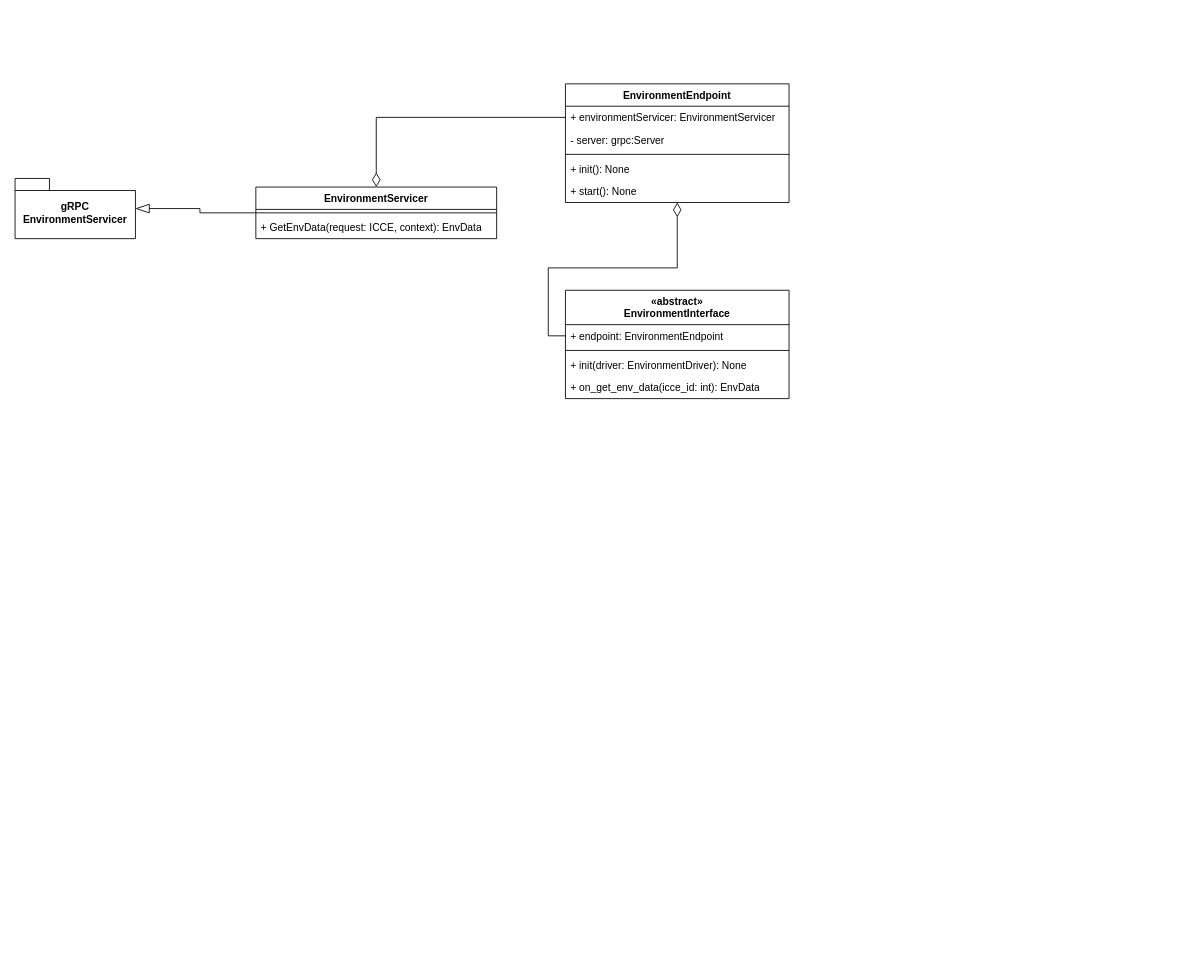
The draw.io diagram page "ICCE Class Diagram" (4 of 4) of documentation/icce_architecture.drawio in Bobblite/ICCE, before the edit. Source tidied: cells renumbered, new cells numbered last; positions are measured from the earlier drawing's top-left corner, leaving out a move shared by most shapes. Both pictures are drawn from the tidied source at 86%, with x=0, y=0 at pixel (15, 83).
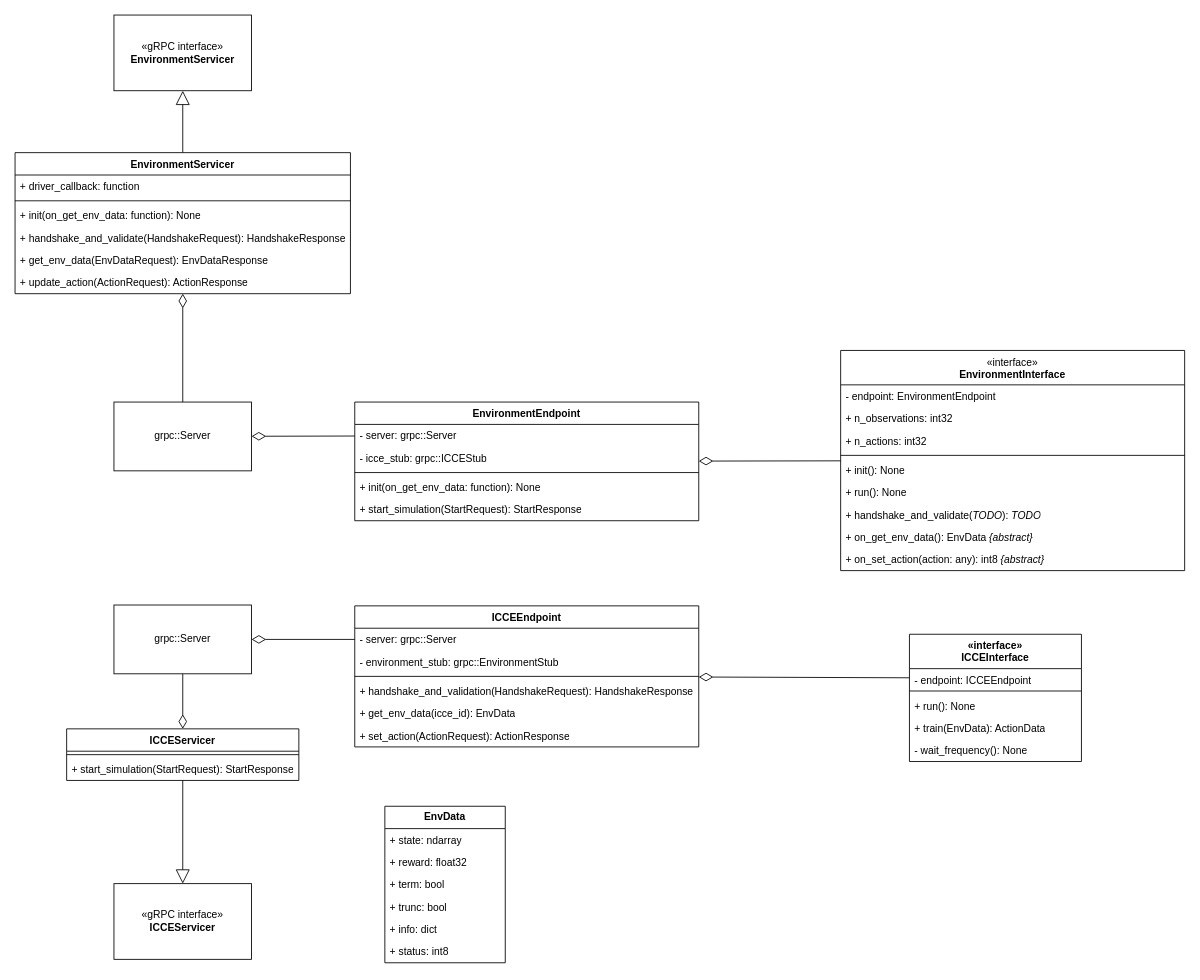
After the change.

The edit, as a diff of the source:
```diff
@@
+    <mxCell id="20" style="rounded=0;jettySize=auto;html=1;endArrow=diamondThin;endFill=0;endSize=14;" parent="1" edge="1" source="21" target="2">
+      <mxGeometry relative="1" as="geometry" />
+    </mxCell>
+    <mxCell id="21" value="&lt;span style=&quot;font-weight: normal;&quot;&gt;«interface»&lt;/span&gt;&lt;br style=&quot;border-color: var(--border-color); font-weight: 400;&quot;&gt;EnvironmentInterface" style="swimlane;fontStyle=1;align=center;verticalAlign=top;horizontal=1;startSize=40;whiteSpace=wrap;html=1;" parent="1" vertex="1">
+      <mxGeometry x="960" y="310" width="400" height="256" as="geometry" />
+    </mxCell>
+    <mxCell id="22" value="- endpoint: EnvironmentEndpoint" style="text;strokeColor=none;fillColor=none;align=left;verticalAlign=top;spacingLeft=4;spacingRight=4;overflow=hidden;whiteSpace=wrap;html=1;" parent="21" vertex="1">
+      <mxGeometry y="40" width="400" height="26" as="geometry" />
+    </mxCell>
+    <mxCell id="23" value="+ n_observations: int32" style="text;strokeColor=none;fillColor=none;align=left;verticalAlign=top;spacingLeft=4;spacingRight=4;overflow=hidden;whiteSpace=wrap;html=1;" parent="21" vertex="1">
+      <mxGeometry y="66" width="400" height="26" as="geometry" />
+    </mxCell>
+    <mxCell id="24" value="+ n_actions: int32" style="text;strokeColor=none;fillColor=none;align=left;verticalAlign=top;spacingLeft=4;spacingRight=4;overflow=hidden;whiteSpace=wrap;html=1;" parent="21" vertex="1">
+      <mxGeometry y="92" width="400" height="26" as="geometry" />
+    </mxCell>
+    <mxCell id="25" style="line;strokeWidth=1;fillColor=none;align=left;verticalAlign=middle;spacingTop=-1;spacingLeft=3;spacingRight=3;labelPosition=right;strokeColor=inherit;" parent="21" vertex="1">
+      <mxGeometry y="118" width="400" height="8" as="geometry" />
+    </mxCell>
+    <mxCell id="6" value="+ init(): None" style="text;strokeColor=none;fillColor=none;align=left;verticalAlign=top;spacingLeft=4;spacingRight=4;overflow=hidden;whiteSpace=wrap;html=1;" parent="21" vertex="1">
+      <mxGeometry y="126" width="400" height="26" as="geometry" />
+    </mxCell>
+    <mxCell id="26" value="+ run(): None" style="text;strokeColor=none;fillColor=none;align=left;verticalAlign=top;spacingLeft=4;spacingRight=4;overflow=hidden;whiteSpace=wrap;html=1;" parent="21" vertex="1">
+      <mxGeometry y="152" width="400" height="26" as="geometry" />
+    </mxCell>
+    <mxCell id="27" value="+ handshake_and_validate(&lt;i&gt;TODO&lt;/i&gt;): &lt;i&gt;TODO&lt;/i&gt;" style="text;strokeColor=none;fillColor=none;align=left;verticalAlign=top;spacingLeft=4;spacingRight=4;overflow=hidden;whiteSpace=wrap;html=1;" parent="21" vertex="1">
+      <mxGeometry y="178" width="400" height="26" as="geometry" />
+    </mxCell>
+    <mxCell id="28" value="+ on_get_env_data(): EnvData&amp;nbsp;&lt;i style=&quot;border-color: var(--border-color);&quot;&gt;{abstract}&lt;/i&gt;&amp;nbsp;" style="text;strokeColor=none;fillColor=none;align=left;verticalAlign=top;spacingLeft=4;spacingRight=4;overflow=hidden;whiteSpace=wrap;html=1;" parent="21" vertex="1">
+      <mxGeometry y="204" width="400" height="26" as="geometry" />
+    </mxCell>
+    <mxCell id="29" value="+ on_set_action(action: any): int8 &lt;i&gt;{abstract}&lt;/i&gt;" style="text;strokeColor=none;fillColor=none;align=left;verticalAlign=top;spacingLeft=4;spacingRight=4;overflow=hidden;whiteSpace=wrap;html=1;" parent="21" vertex="1">
+      <mxGeometry y="230" width="400" height="26" as="geometry" />
+    </mxCell>
     <mxCell id="2" value="EnvironmentEndpoint" style="swimlane;fontStyle=1;align=center;verticalAlign=top;horizontal=1;startSize=26;whiteSpace=wrap;html=1;" parent="1" vertex="1">
-      <mxGeometry x="640" width="260" height="138" as="geometry" />
+      <mxGeometry x="395" y="370" width="400" height="138" as="geometry" />
     </mxCell>
-    <mxCell id="3" value="+ environmentServicer: EnvironmentServicer" style="text;strokeColor=none;fillColor=none;align=left;verticalAlign=top;spacingLeft=4;spacingRight=4;overflow=hidden;points=[[0,0.5],[1,0.5]];portConstraint=eastwest;whiteSpace=wrap;html=1;" parent="2" vertex="1">
-      <mxGeometry y="26" width="260" height="26" as="geometry" />
-    </mxCell>
-    <mxCell id="4" value="- server: grpc:Server" style="text;strokeColor=none;fillColor=none;align=left;verticalAlign=top;spacingLeft=4;spacingRight=4;overflow=hidden;whiteSpace=wrap;html=1;" parent="2" vertex="1">
-      <mxGeometry y="52" width="260" height="26" as="geometry" />
-    </mxCell>
-    <mxCell id="5" style="line;strokeWidth=1;fillColor=none;align=left;verticalAlign=middle;spacingTop=-1;spacingLeft=3;spacingRight=3;labelPosition=right;strokeColor=inherit;" parent="2" vertex="1">
-      <mxGeometry y="78" width="260" height="8" as="geometry" />
-    </mxCell>
-    <mxCell id="6" value="+ init(): None" style="text;strokeColor=none;fillColor=none;align=left;verticalAlign=top;spacingLeft=4;spacingRight=4;overflow=hidden;whiteSpace=wrap;html=1;" parent="2" vertex="1">
-      <mxGeometry y="86" width="260" height="26" as="geometry" />
-    </mxCell>
-    <mxCell id="7" value="+ start(): None" style="text;strokeColor=none;fillColor=none;align=left;verticalAlign=top;spacingLeft=4;spacingRight=4;overflow=hidden;whiteSpace=wrap;html=1;" parent="2" vertex="1">
-      <mxGeometry y="112" width="260" height="26" as="geometry" />
-    </mxCell>
-    <mxCell id="8" style="edgeStyle=orthogonalEdgeStyle;rounded=0;jettySize=auto;html=1;endArrow=blockThin;endFill=0;endSize=14;" parent="1" edge="1" source="9" target="13">
-      <mxGeometry relative="1" as="geometry" />
-    </mxCell>
+    <mxCell id="30" value="- server: grpc::Server" style="text;strokeColor=none;fillColor=none;align=left;verticalAlign=top;spacingLeft=4;spacingRight=4;overflow=hidden;points=[[0,0.5],[1,0.5]];portConstraint=eastwest;whiteSpace=wrap;html=1;" parent="2" vertex="1">
+      <mxGeometry y="26" width="400" height="26" as="geometry" />
+    </mxCell>
+    <mxCell id="31" value="- icce_stub: grpc::ICCEStub" style="text;strokeColor=none;fillColor=none;align=left;verticalAlign=top;spacingLeft=4;spacingRight=4;overflow=hidden;whiteSpace=wrap;html=1;" parent="2" vertex="1">
+      <mxGeometry y="52" width="400" height="26" as="geometry" />
+    </mxCell>
+    <mxCell id="32" style="line;strokeWidth=1;fillColor=none;align=left;verticalAlign=middle;spacingTop=-1;spacingLeft=3;spacingRight=3;labelPosition=right;strokeColor=inherit;" parent="2" vertex="1">
+      <mxGeometry y="78" width="400" height="8" as="geometry" />
+    </mxCell>
+    <mxCell id="33" value="+ init(on_get_env_data: function): None" style="text;strokeColor=none;fillColor=none;align=left;verticalAlign=top;spacingLeft=4;spacingRight=4;overflow=hidden;whiteSpace=wrap;html=1;" parent="2" vertex="1">
+      <mxGeometry y="86" width="400" height="26" as="geometry" />
+    </mxCell>
+    <mxCell id="34" value="+ start_simulation(StartRequest): StartResponse" style="text;strokeColor=none;fillColor=none;align=left;verticalAlign=top;spacingLeft=4;spacingRight=4;overflow=hidden;whiteSpace=wrap;html=1;" parent="2" vertex="1">
+      <mxGeometry y="112" width="400" height="26" as="geometry" />
+    </mxCell>
+    <mxCell id="35" value="«gRPC interface»&lt;br&gt;&lt;b&gt;EnvironmentServicer&lt;/b&gt;" style="html=1;whiteSpace=wrap;" parent="1" vertex="1">
+      <mxGeometry x="115" y="-80" width="160" height="88" as="geometry" />
+    </mxCell>
+    <mxCell id="36" style="edgeStyle=orthogonalEdgeStyle;rounded=0;jettySize=auto;html=1;entryX=0.5;entryY=1;entryDx=0;entryDy=0;endArrow=block;endFill=0;endSize=14;" parent="1" edge="1" source="9" target="35">
+      <mxGeometry relative="1" as="geometry" />
+    </mxCell>
     <mxCell id="9" value="EnvironmentServicer" style="swimlane;fontStyle=1;align=center;verticalAlign=top;horizontal=1;startSize=26;whiteSpace=wrap;html=1;" parent="1" vertex="1">
-      <mxGeometry x="280" y="120" width="280" height="60" as="geometry" />
+      <mxGeometry y="80" width="390" height="164" as="geometry" />
     </mxCell>
-    <mxCell id="10" style="line;strokeWidth=1;fillColor=none;align=left;verticalAlign=middle;spacingTop=-1;spacingLeft=3;spacingRight=3;labelPosition=right;strokeColor=inherit;" parent="9" vertex="1">
-      <mxGeometry y="26" width="280" height="8" as="geometry" />
-    </mxCell>
-    <mxCell id="11" value="+ GetEnvData(request: ICCE, context): EnvData" style="text;strokeColor=none;fillColor=none;align=left;verticalAlign=top;spacingLeft=4;spacingRight=4;overflow=hidden;whiteSpace=wrap;html=1;" parent="9" vertex="1">
-      <mxGeometry y="34" width="280" height="26" as="geometry" />
-    </mxCell>
-    <mxCell id="12" style="edgeStyle=orthogonalEdgeStyle;rounded=0;jettySize=auto;html=1;endArrow=diamondThin;endFill=0;endSize=14;" parent="1" edge="1" source="3" target="9">
-      <mxGeometry relative="1" as="geometry" />
-    </mxCell>
-    <mxCell id="13" value="gRPC EnvironmentServicer" style="shape=folder;fontStyle=1;spacingTop=10;tabWidth=40;tabHeight=14;tabPosition=left;html=1;whiteSpace=wrap;" parent="1" vertex="1">
-      <mxGeometry y="110" width="140" height="70" as="geometry" />
-    </mxCell>
-    <mxCell id="14" style="edgeStyle=orthogonalEdgeStyle;rounded=0;jettySize=auto;html=1;endArrow=diamondThin;endFill=0;endSize=14;" parent="1" edge="1" source="16" target="2">
-      <mxGeometry relative="1" as="geometry" />
-    </mxCell>
-    <mxCell id="15" value="«abstract»&lt;br style=&quot;border-color: var(--border-color); font-weight: 400;&quot;&gt;EnvironmentInterface" style="swimlane;fontStyle=1;align=center;verticalAlign=top;horizontal=1;startSize=40;whiteSpace=wrap;html=1;" parent="1" vertex="1">
-      <mxGeometry x="640" y="240" width="260" height="126" as="geometry" />
-    </mxCell>
-    <mxCell id="16" value="+ endpoint: EnvironmentEndpoint" style="text;strokeColor=none;fillColor=none;align=left;verticalAlign=top;spacingLeft=4;spacingRight=4;overflow=hidden;points=[[0,0.5],[1,0.5]];portConstraint=eastwest;whiteSpace=wrap;html=1;" parent="15" vertex="1">
-      <mxGeometry y="40" width="260" height="26" as="geometry" />
-    </mxCell>
-    <mxCell id="17" style="line;strokeWidth=1;fillColor=none;align=left;verticalAlign=middle;spacingTop=-1;spacingLeft=3;spacingRight=3;labelPosition=right;strokeColor=inherit;" parent="15" vertex="1">
-      <mxGeometry y="66" width="260" height="8" as="geometry" />
-    </mxCell>
-    <mxCell id="18" value="+ init(driver: EnvironmentDriver): None" style="text;strokeColor=none;fillColor=none;align=left;verticalAlign=top;spacingLeft=4;spacingRight=4;overflow=hidden;whiteSpace=wrap;html=1;" parent="15" vertex="1">
-      <mxGeometry y="74" width="260" height="26" as="geometry" />
-    </mxCell>
-    <mxCell id="19" value="+ on_get_env_data(icce_id: int): EnvData" style="text;strokeColor=none;fillColor=none;align=left;verticalAlign=top;spacingLeft=4;spacingRight=4;overflow=hidden;whiteSpace=wrap;html=1;" parent="15" vertex="1">
-      <mxGeometry y="100" width="260" height="26" as="geometry" />
-    </mxCell>
+    <mxCell id="37" value="+ driver_callback: function" style="text;strokeColor=none;fillColor=none;align=left;verticalAlign=top;spacingLeft=4;spacingRight=4;overflow=hidden;whiteSpace=wrap;html=1;" parent="9" vertex="1">
+      <mxGeometry y="26" width="390" height="26" as="geometry" />
+    </mxCell>
+    <mxCell id="38" style="line;strokeWidth=1;fillColor=none;align=left;verticalAlign=middle;spacingTop=-1;spacingLeft=3;spacingRight=3;labelPosition=right;strokeColor=inherit;" parent="9" vertex="1">
+      <mxGeometry y="52" width="390" height="8" as="geometry" />
+    </mxCell>
+    <mxCell id="39" value="+ init(on_get_env_data: function): None" style="text;strokeColor=none;fillColor=none;align=left;verticalAlign=top;spacingLeft=4;spacingRight=4;overflow=hidden;whiteSpace=wrap;html=1;" parent="9" vertex="1">
+      <mxGeometry y="60" width="390" height="26" as="geometry" />
+    </mxCell>
+    <mxCell id="40" value="+ handshake_and_validate(HandshakeRequest): HandshakeResponse" style="text;strokeColor=none;fillColor=none;align=left;verticalAlign=top;spacingLeft=4;spacingRight=4;overflow=hidden;whiteSpace=wrap;html=1;" parent="9" vertex="1">
+      <mxGeometry y="86" width="390" height="26" as="geometry" />
+    </mxCell>
+    <mxCell id="41" value="+ get_env_data(EnvDataRequest): EnvDataResponse" style="text;strokeColor=none;fillColor=none;align=left;verticalAlign=top;spacingLeft=4;spacingRight=4;overflow=hidden;whiteSpace=wrap;html=1;" parent="9" vertex="1">
+      <mxGeometry y="112" width="390" height="26" as="geometry" />
+    </mxCell>
+    <mxCell id="42" value="+ update_action(ActionRequest): ActionResponse" style="text;strokeColor=none;fillColor=none;align=left;verticalAlign=top;spacingLeft=4;spacingRight=4;overflow=hidden;whiteSpace=wrap;html=1;" parent="9" vertex="1">
+      <mxGeometry y="138" width="390" height="26" as="geometry" />
+    </mxCell>
+    <mxCell id="43" style="edgeStyle=orthogonalEdgeStyle;rounded=0;jettySize=auto;html=1;endArrow=diamondThin;endFill=0;endSize=14;" parent="1" edge="1" source="44" target="9">
+      <mxGeometry relative="1" as="geometry" />
+    </mxCell>
+    <mxCell id="44" value="grpc::Server" style="html=1;whiteSpace=wrap;" parent="1" vertex="1">
+      <mxGeometry x="115" y="370" width="160" height="80" as="geometry" />
+    </mxCell>
+    <mxCell id="45" style="rounded=0;jettySize=auto;html=1;endArrow=diamondThin;endFill=0;endSize=14;" parent="1" edge="1" source="30" target="44">
+      <mxGeometry relative="1" as="geometry" />
+    </mxCell>
+    <mxCell id="46" value="«interface»&lt;br style=&quot;border-color: var(--border-color); font-weight: 400;&quot;&gt;ICCEInterface" style="swimlane;fontStyle=1;align=center;verticalAlign=top;horizontal=1;startSize=40;whiteSpace=wrap;html=1;" parent="1" vertex="1">
+      <mxGeometry x="1040" y="640" width="200" height="148" as="geometry" />
+    </mxCell>
+    <mxCell id="47" value="- endpoint: ICCEEndpoint" style="text;strokeColor=none;fillColor=none;align=left;verticalAlign=top;spacingLeft=4;spacingRight=4;overflow=hidden;points=[[0,0.5],[1,0.5]];portConstraint=eastwest;whiteSpace=wrap;html=1;" parent="46" vertex="1">
+      <mxGeometry y="40" width="200" height="22" as="geometry" />
+    </mxCell>
+    <mxCell id="48" style="line;strokeWidth=1;fillColor=none;align=left;verticalAlign=middle;spacingTop=-1;spacingLeft=3;spacingRight=3;labelPosition=right;strokeColor=inherit;" parent="46" vertex="1">
+      <mxGeometry y="62" width="200" height="8" as="geometry" />
+    </mxCell>
+    <mxCell id="49" value="+ run(): None" style="text;strokeColor=none;fillColor=none;align=left;verticalAlign=top;spacingLeft=4;spacingRight=4;overflow=hidden;whiteSpace=wrap;html=1;" parent="46" vertex="1">
+      <mxGeometry y="70" width="200" height="26" as="geometry" />
+    </mxCell>
+    <mxCell id="50" value="+ train(EnvData): ActionData" style="text;strokeColor=none;fillColor=none;align=left;verticalAlign=top;spacingLeft=4;spacingRight=4;overflow=hidden;whiteSpace=wrap;html=1;" parent="46" vertex="1">
+      <mxGeometry y="96" width="200" height="26" as="geometry" />
+    </mxCell>
+    <mxCell id="51" value="- wait_frequency(): None" style="text;strokeColor=none;fillColor=none;align=left;verticalAlign=top;spacingLeft=4;spacingRight=4;overflow=hidden;whiteSpace=wrap;html=1;" parent="46" vertex="1">
+      <mxGeometry y="122" width="200" height="26" as="geometry" />
+    </mxCell>
+    <mxCell id="52" style="edgeStyle=orthogonalEdgeStyle;rounded=0;jettySize=auto;html=1;endArrow=diamondThin;endFill=0;endSize=14;" parent="1" edge="1" source="54" target="61">
+      <mxGeometry relative="1" as="geometry" />
+    </mxCell>
+    <mxCell id="53" value="ICCEEndpoint" style="swimlane;fontStyle=1;align=center;verticalAlign=top;horizontal=1;startSize=26;whiteSpace=wrap;html=1;" parent="1" vertex="1">
+      <mxGeometry x="395" y="607" width="400" height="164" as="geometry" />
+    </mxCell>
+    <mxCell id="54" value="- server: grpc::Server" style="text;strokeColor=none;fillColor=none;align=left;verticalAlign=top;spacingLeft=4;spacingRight=4;overflow=hidden;points=[[0,0.5],[1,0.5]];portConstraint=eastwest;whiteSpace=wrap;html=1;" parent="53" vertex="1">
+      <mxGeometry y="26" width="400" height="26" as="geometry" />
+    </mxCell>
+    <mxCell id="55" value="- environment_stub: grpc::EnvironmentStub" style="text;strokeColor=none;fillColor=none;align=left;verticalAlign=top;spacingLeft=4;spacingRight=4;overflow=hidden;whiteSpace=wrap;html=1;" parent="53" vertex="1">
+      <mxGeometry y="52" width="400" height="26" as="geometry" />
+    </mxCell>
+    <mxCell id="56" style="line;strokeWidth=1;fillColor=none;align=left;verticalAlign=middle;spacingTop=-1;spacingLeft=3;spacingRight=3;labelPosition=right;strokeColor=inherit;" parent="53" vertex="1">
+      <mxGeometry y="78" width="400" height="8" as="geometry" />
+    </mxCell>
+    <mxCell id="57" value="+ handshake_and_validation(HandshakeRequest): HandshakeResponse" style="text;strokeColor=none;fillColor=none;align=left;verticalAlign=top;spacingLeft=4;spacingRight=4;overflow=hidden;whiteSpace=wrap;html=1;" parent="53" vertex="1">
+      <mxGeometry y="86" width="400" height="26" as="geometry" />
+    </mxCell>
+    <mxCell id="58" value="+ get_env_data(icce_id): EnvData" style="text;strokeColor=none;fillColor=none;align=left;verticalAlign=top;spacingLeft=4;spacingRight=4;overflow=hidden;whiteSpace=wrap;html=1;" parent="53" vertex="1">
+      <mxGeometry y="112" width="400" height="26" as="geometry" />
+    </mxCell>
+    <mxCell id="59" value="+ set_action(ActionRequest): ActionResponse" style="text;strokeColor=none;fillColor=none;align=left;verticalAlign=top;spacingLeft=4;spacingRight=4;overflow=hidden;whiteSpace=wrap;html=1;" parent="53" vertex="1">
+      <mxGeometry y="138" width="400" height="26" as="geometry" />
+    </mxCell>
+    <mxCell id="60" style="edgeStyle=orthogonalEdgeStyle;rounded=0;jettySize=auto;html=1;endArrow=diamondThin;endFill=0;endSize=14;" parent="1" edge="1" source="61" target="63">
+      <mxGeometry relative="1" as="geometry" />
+    </mxCell>
+    <mxCell id="61" value="grpc::Server" style="html=1;whiteSpace=wrap;" parent="1" vertex="1">
+      <mxGeometry x="115" y="606" width="160" height="80" as="geometry" />
+    </mxCell>
+    <mxCell id="62" style="edgeStyle=orthogonalEdgeStyle;rounded=0;jettySize=auto;html=1;endArrow=block;endFill=0;endSize=14;" parent="1" edge="1" source="63" target="66">
+      <mxGeometry relative="1" as="geometry" />
+    </mxCell>
+    <mxCell id="63" value="ICCEServicer" style="swimlane;fontStyle=1;align=center;verticalAlign=top;horizontal=1;startSize=26;whiteSpace=wrap;html=1;" parent="1" vertex="1">
+      <mxGeometry x="60" y="750" width="270" height="60" as="geometry" />
+    </mxCell>
+    <mxCell id="64" style="line;strokeWidth=1;fillColor=none;align=left;verticalAlign=middle;spacingTop=-1;spacingLeft=3;spacingRight=3;labelPosition=right;strokeColor=inherit;" parent="63" vertex="1">
+      <mxGeometry y="26" width="270" height="8" as="geometry" />
+    </mxCell>
+    <mxCell id="65" value="+ start_simulation(StartRequest): StartResponse" style="text;strokeColor=none;fillColor=none;align=left;verticalAlign=top;spacingLeft=4;spacingRight=4;overflow=hidden;whiteSpace=wrap;html=1;" parent="63" vertex="1">
+      <mxGeometry y="34" width="270" height="26" as="geometry" />
+    </mxCell>
+    <mxCell id="66" value="«gRPC interface»&lt;br&gt;&lt;b&gt;ICCEServicer&lt;/b&gt;" style="html=1;whiteSpace=wrap;" parent="1" vertex="1">
+      <mxGeometry x="115" y="930" width="160" height="88" as="geometry" />
+    </mxCell>
+    <mxCell id="67" style="rounded=0;jettySize=auto;html=1;endArrow=diamondThin;endFill=0;endSize=14;" parent="1" edge="1" source="47" target="53">
+      <mxGeometry relative="1" as="geometry" />
+    </mxCell>
+    <mxCell id="68" value="EnvData" style="swimlane;fontStyle=1;horizontal=1;startSize=26;fillColor=none;whiteSpace=wrap;html=1;" parent="1" vertex="1">
+      <mxGeometry x="430" y="840" width="140" height="182" as="geometry" />
+    </mxCell>
+    <mxCell id="69" value="+ state: ndarray" style="text;strokeColor=none;fillColor=none;align=left;verticalAlign=top;spacingLeft=4;spacingRight=4;overflow=hidden;whiteSpace=wrap;html=1;" parent="68" vertex="1">
+      <mxGeometry y="26" width="140" height="26" as="geometry" />
+    </mxCell>
+    <mxCell id="70" value="+ reward: float32" style="text;strokeColor=none;fillColor=none;align=left;verticalAlign=top;spacingLeft=4;spacingRight=4;overflow=hidden;whiteSpace=wrap;html=1;" parent="68" vertex="1">
+      <mxGeometry y="52" width="140" height="26" as="geometry" />
+    </mxCell>
+    <mxCell id="71" value="+ term: bool" style="text;strokeColor=none;fillColor=none;align=left;verticalAlign=top;spacingLeft=4;spacingRight=4;overflow=hidden;whiteSpace=wrap;html=1;" parent="68" vertex="1">
+      <mxGeometry y="78" width="140" height="26" as="geometry" />
+    </mxCell>
+    <mxCell id="72" value="+ trunc: bool" style="text;strokeColor=none;fillColor=none;align=left;verticalAlign=top;spacingLeft=4;spacingRight=4;overflow=hidden;whiteSpace=wrap;html=1;" parent="68" vertex="1">
+      <mxGeometry y="104" width="140" height="26" as="geometry" />
+    </mxCell>
+    <mxCell id="73" value="+ info: dict" style="text;strokeColor=none;fillColor=none;align=left;verticalAlign=top;spacingLeft=4;spacingRight=4;overflow=hidden;whiteSpace=wrap;html=1;" parent="68" vertex="1">
+      <mxGeometry y="130" width="140" height="26" as="geometry" />
+    </mxCell>
+    <mxCell id="74" value="+ status: int8" style="text;strokeColor=none;fillColor=none;align=left;verticalAlign=top;spacingLeft=4;spacingRight=4;overflow=hidden;whiteSpace=wrap;html=1;" parent="68" vertex="1">
+      <mxGeometry y="156" width="140" height="26" as="geometry" />
+    </mxCell>
```
